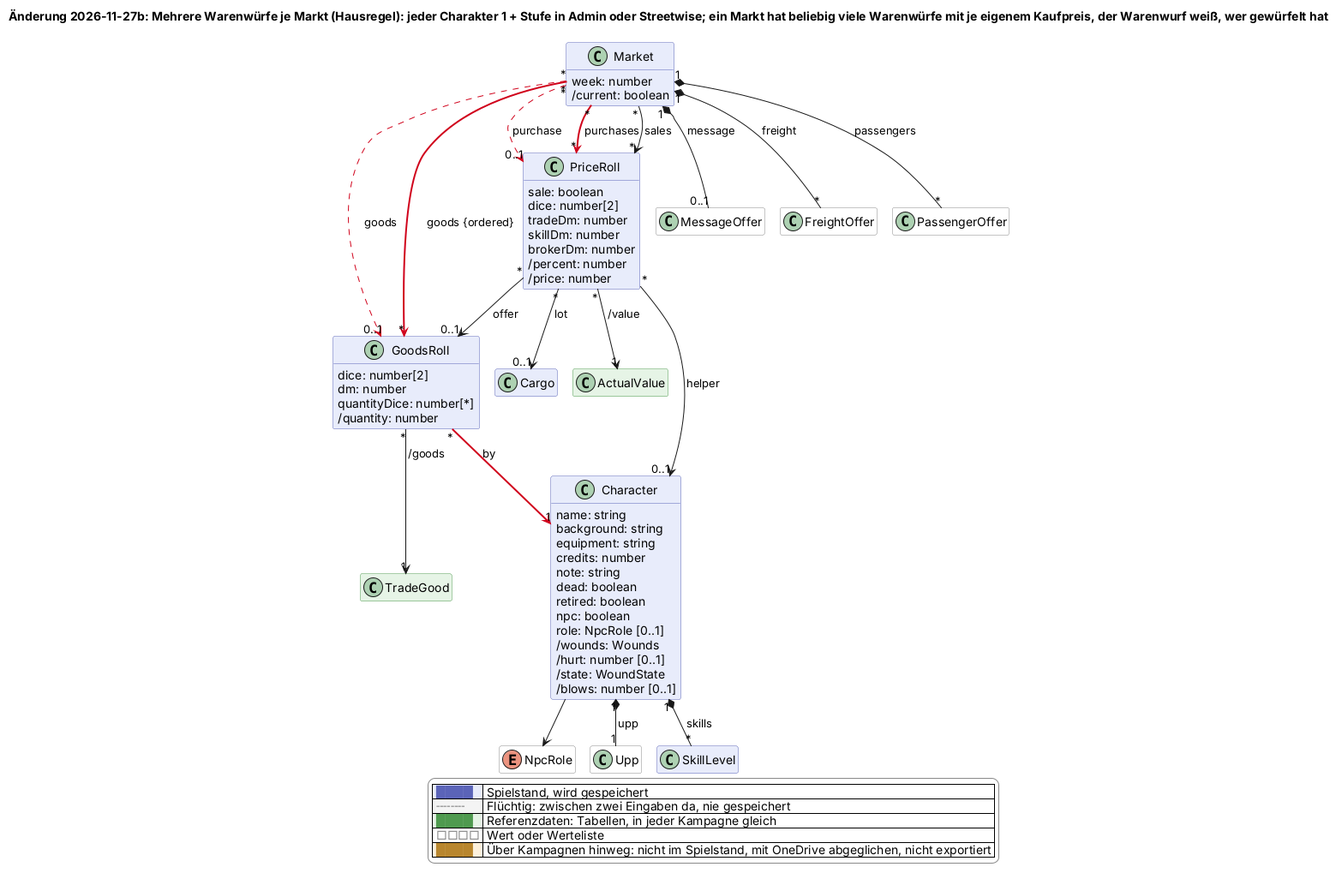
Before: docs/changes/2026-11-27b-mehrere-warenwuerfe.png, a diagram exported from PlantUML (scuzzar/SRE).
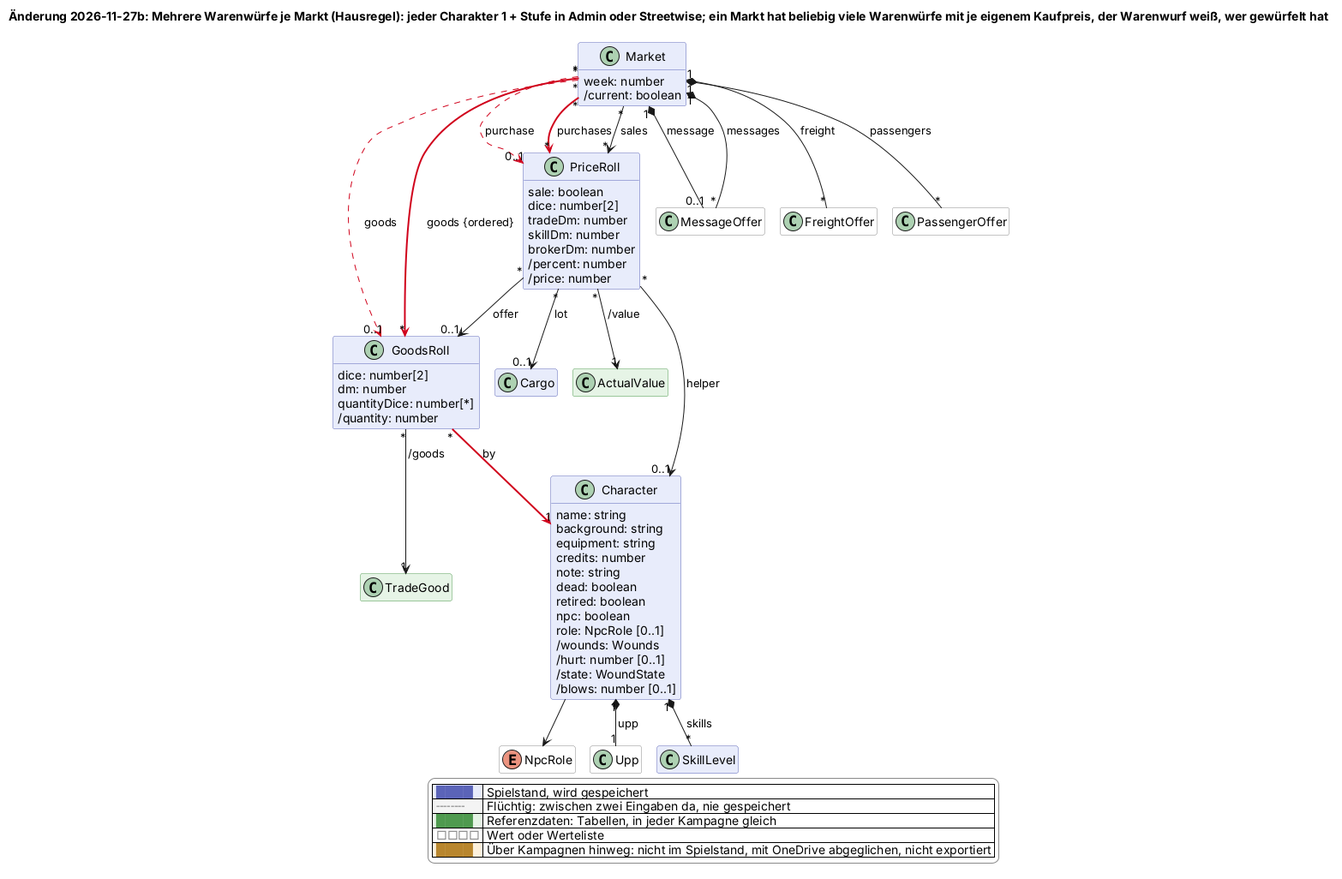
After the commit.

Change to the diagram source:
```diff
@@ -133,7 +133,8 @@
 Market "*" --> "*" PriceRoll : sales
 Market "1" *-- "*" FreightOffer : freight
 Market "1" *-- "*" PassengerOffer : passengers
-Market "1" *-- "0..1" MessageOffer : message
+Market "1" *-$goneArrow("2026-11-27c")- "0..1" MessageOffer : message
+Market "1" *-$newArrow("2026-11-27c")- "*" MessageOffer : messages
 GoodsRoll "*" --> "1" TradeGood : /goods
 GoodsRoll "*" -$newArrow("2026-11-27b")-> "1" Character : by
 PriceRoll "*" --> "0..1" GoodsRoll : offer
```
